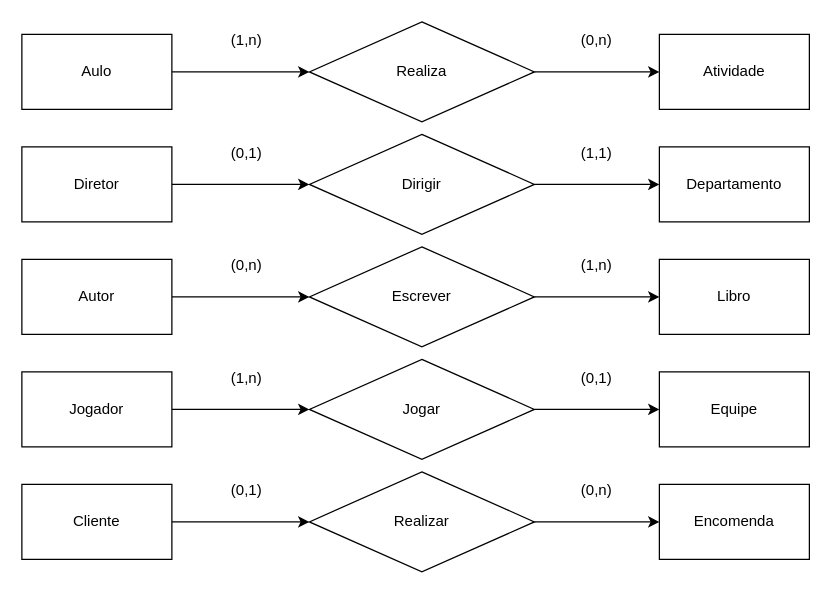
Gustavo-Vieira-Unasp/Eng_Comp_Unasp_Turma1 keeps this draw.io diagram as semestre5/Modelagem de Banco de Dados/05032026.drawio. Above is the earlier version. Source tidied: cells renumbered, new cells numbered last; positions are measured from the earlier drawing's top-left corner, leaving out a move shared by most shapes. Both pictures are drawn from the tidied source at 125%, with x=0, y=0 at pixel (21, 21).
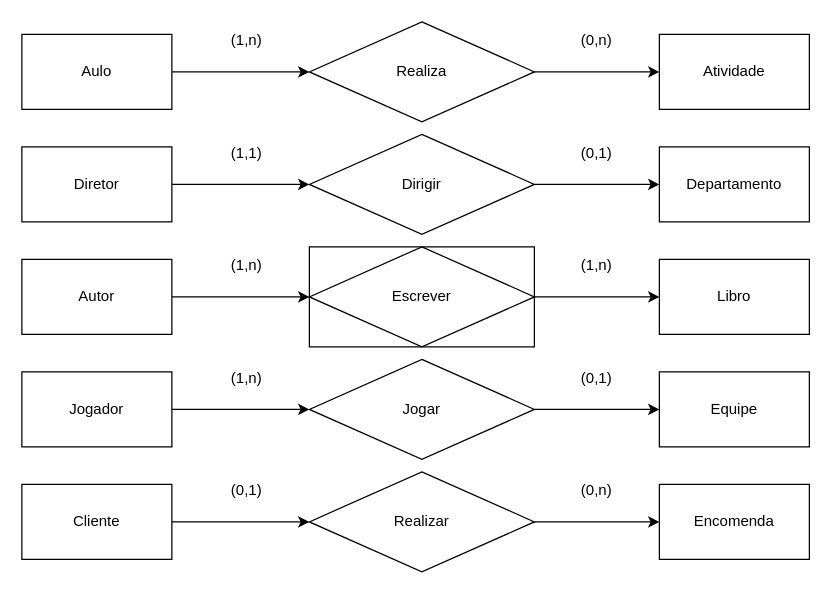
After the change.

Diff of the diagram source:
```diff
@@
-    <mxCell id="27" value="(1,1)" style="text;html=1;whiteSpace=wrap;strokeColor=none;fillColor=none;align=center;verticalAlign=middle;rounded=0;" parent="1" vertex="1">
+    <mxCell id="27" value="(0,1)" style="text;html=1;whiteSpace=wrap;strokeColor=none;fillColor=none;align=center;verticalAlign=middle;rounded=0;" parent="1" vertex="1">
       <mxGeometry x="430" y="90" width="60" height="30" as="geometry" />
     </mxCell>
-    <mxCell id="28" value="(0,1)" style="text;html=1;whiteSpace=wrap;strokeColor=none;fillColor=none;align=center;verticalAlign=middle;rounded=0;" parent="1" vertex="1">
+    <mxCell id="28" value="(1,1)" style="text;html=1;whiteSpace=wrap;strokeColor=none;fillColor=none;align=center;verticalAlign=middle;rounded=0;" parent="1" vertex="1">
       <mxGeometry x="150" y="90" width="60" height="30" as="geometry" />
     </mxCell>
@@
-    <mxCell id="30" value="(0,n)" style="text;html=1;whiteSpace=wrap;strokeColor=none;fillColor=none;align=center;verticalAlign=middle;rounded=0;" parent="1" vertex="1">
+    <mxCell id="30" value="(1,n)" style="text;html=1;whiteSpace=wrap;strokeColor=none;fillColor=none;align=center;verticalAlign=middle;rounded=0;" parent="1" vertex="1">
       <mxGeometry x="150" y="180" width="60" height="30" as="geometry" />
     </mxCell>
@@
+    <mxCell id="37" style="rounded=0;whiteSpace=wrap;html=1;fillColor=none;" parent="1" vertex="1">
+      <mxGeometry x="230" y="180" width="180" height="80" as="geometry" />
+    </mxCell>
```
